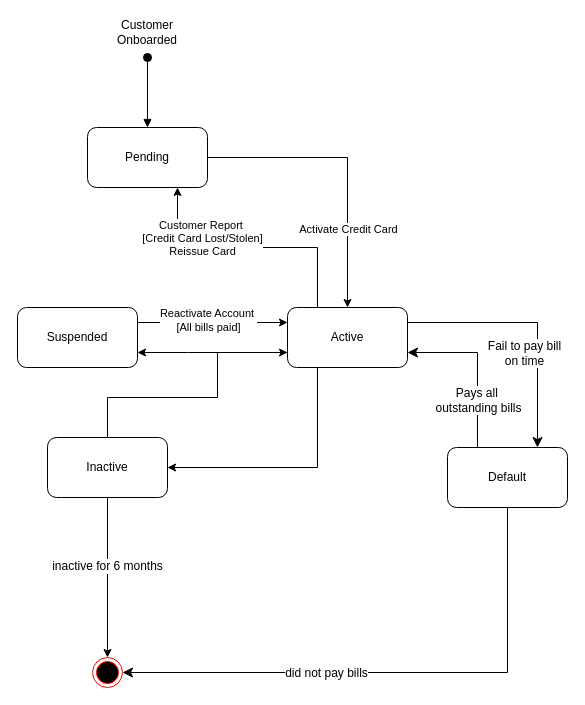
Before: workshop6_week7.drawio in antonykimuom/SWEN30006-2025-SM1-workshop1-tuew05-14-00-team-12, a draw.io diagram. Source tidied: cells renumbered, new cells numbered last; positions are measured from the earlier drawing's top-left corner, leaving out a move shared by most shapes. Both pictures are drawn from the tidied source at 100%, with x=0, y=0 at pixel (17, 17).
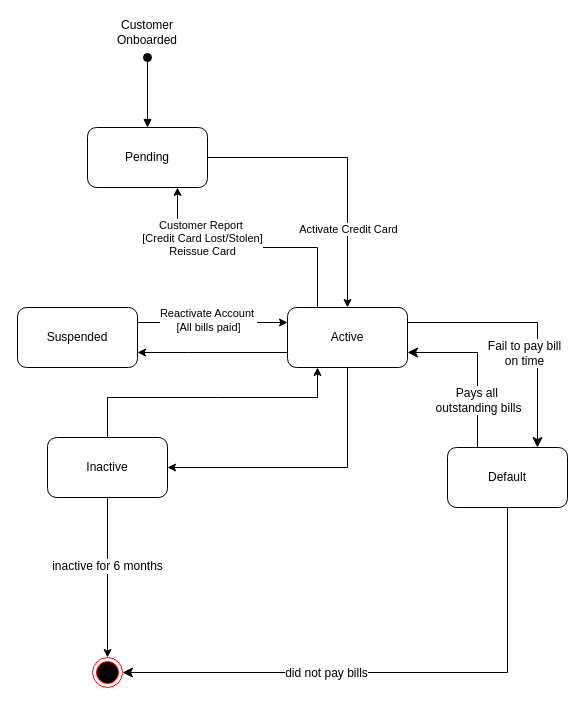
The same diagram, later.

Commit message:
changed arrow positions

The change refers to these unchanged cells:
```xml
<mxCell id="13" value="Active" style="rounded=1;whiteSpace=wrap;html=1;" parent="1" vertex="1">
  <mxGeometry x="270" y="290" width="120" height="60" as="geometry" />
</mxCell>
<mxCell id="14" value="Inactive" style="rounded=1;whiteSpace=wrap;html=1;" parent="1" vertex="1">
  <mxGeometry x="30" y="420" width="120" height="60" as="geometry" />
</mxCell>
```

Diff of the diagram source:
```diff
@@
-    <mxCell id="25" style="endArrow=classic;html=1;rounded=0;exitX=0.25;exitY=1;exitDx=0;exitDy=0;entryX=1;entryY=0.5;entryDx=0;entryDy=0;" parent="1" edge="1" source="13" target="14">
+    <mxCell id="25" style="endArrow=classic;html=1;rounded=0;exitX=0.5;exitY=1;exitDx=0;exitDy=0;entryX=1;entryY=0.5;entryDx=0;entryDy=0;" parent="1" edge="1" source="13" target="14">
       <mxGeometry relative="1" as="geometry">
         <Array as="points">
-          <mxPoint x="300" y="450" />
+          <mxPoint x="330" y="400" />
+          <mxPoint x="330" y="450" />
         </Array>
       </mxGeometry>
     </mxCell>
-    <mxCell id="26" style="endArrow=classic;html=1;rounded=0;exitX=0.5;exitY=0;exitDx=0;exitDy=0;entryX=0;entryY=0.75;entryDx=0;entryDy=0;" parent="1" edge="1" source="14" target="13">
+    <mxCell id="26" style="endArrow=classic;html=1;rounded=0;exitX=0.5;exitY=0;exitDx=0;exitDy=0;entryX=0.25;entryY=1;entryDx=0;entryDy=0;" parent="1" edge="1" source="14" target="13">
       <mxGeometry relative="1" as="geometry">
         <Array as="points">
           <mxPoint x="90" y="380" />
           <mxPoint x="200" y="380" />
-          <mxPoint x="200" y="335" />
+          <mxPoint x="300" y="380" />
         </Array>
       </mxGeometry>
     </mxCell>
```
